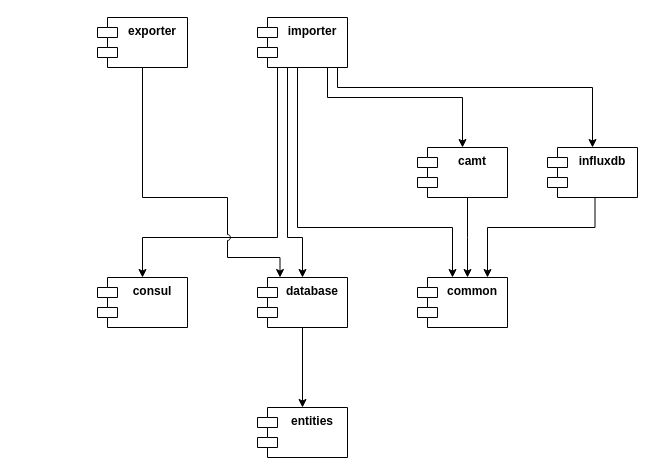
Above: adapter.drawio in Marvin1912/wildfly_domain_adapter (draw.io), before the change. Source tidied: cells renumbered, new cells numbered last; positions are measured from the earlier drawing's top-left corner, leaving out a move shared by most shapes. Both pictures are drawn from the tidied source at 100%, with x=0, y=0 at pixel (97, 17).
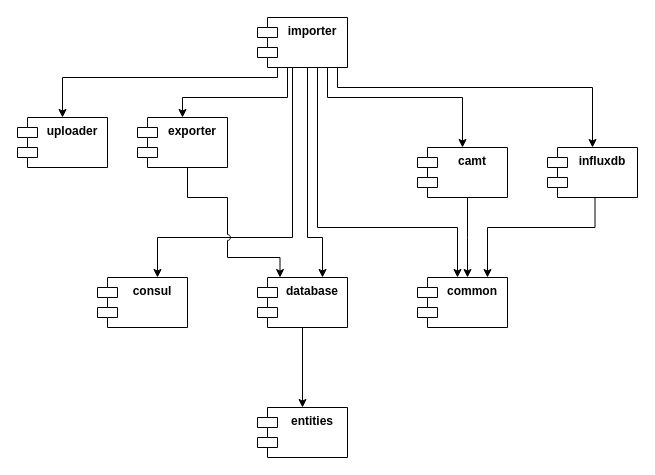
The same page after the edit.

Commit message (it also covers changes not shown here):
Added upload to Google Drive

Unchanged cells that the change refers to:
```xml
<mxCell id="2" value="consul" style="shape=module;align=left;spacingLeft=20;align=center;verticalAlign=top;whiteSpace=wrap;html=1;fontStyle=1;" parent="1" vertex="1">
  <mxGeometry y="260" width="90" height="50" as="geometry" />
</mxCell>
<mxCell id="4" value="database" style="shape=module;align=left;spacingLeft=20;align=center;verticalAlign=top;whiteSpace=wrap;html=1;fontStyle=1;" parent="1" vertex="1">
  <mxGeometry x="160" y="260" width="90" height="50" as="geometry" />
</mxCell>
<mxCell id="16" value="importer" style="shape=module;align=left;spacingLeft=20;align=center;verticalAlign=top;whiteSpace=wrap;html=1;fontStyle=1;" parent="1" vertex="1">
  <mxGeometry x="160" width="90" height="50" as="geometry" />
</mxCell>
```

Change to the diagram source:
```diff
@@
-    <mxCell id="11" style="edgeStyle=orthogonalEdgeStyle;rounded=0;jettySize=auto;html=1;entryX=0.5;entryY=0;entryDx=0;entryDy=0;" parent="1" edge="1" source="16" target="4">
+    <mxCell id="11" style="edgeStyle=orthogonalEdgeStyle;rounded=0;orthogonalLoop=1;jettySize=auto;html=1;entryX=0.5;entryY=0;entryDx=0;entryDy=0;" parent="1" edge="1">
       <mxGeometry relative="1" as="geometry">
+        <mxPoint x="210" y="50" as="sourcePoint" />
+        <mxPoint x="225" y="260" as="targetPoint" />
         <Array as="points">
-          <mxPoint x="190" y="220" />
-          <mxPoint x="205" y="220" />
+          <mxPoint x="210" y="220" />
+          <mxPoint x="225" y="220" />
         </Array>
       </mxGeometry>
     </mxCell>
-    <mxCell id="12" style="edgeStyle=orthogonalEdgeStyle;rounded=0;jettySize=auto;html=1;" parent="1" edge="1" source="16" target="2">
+    <mxCell id="12" style="edgeStyle=orthogonalEdgeStyle;rounded=0;orthogonalLoop=1;jettySize=auto;html=1;" parent="1" edge="1">
       <mxGeometry relative="1" as="geometry">
+        <mxPoint x="195" y="50" as="sourcePoint" />
+        <mxPoint x="60" y="260" as="targetPoint" />
         <Array as="points">
-          <mxPoint x="180" y="220" />
-          <mxPoint x="45" y="220" />
+          <mxPoint x="195" y="220" />
+          <mxPoint x="60" y="220" />
         </Array>
       </mxGeometry>
     </mxCell>
     <mxCell id="13" style="edgeStyle=orthogonalEdgeStyle;rounded=0;orthogonalLoop=1;jettySize=auto;html=1;" parent="1" edge="1">
       <mxGeometry relative="1" as="geometry">
-        <mxPoint x="220" y="50" as="sourcePoint" />
-        <mxPoint x="355" y="260" as="targetPoint" />
+        <mxPoint x="240" y="50" as="sourcePoint" />
+        <mxPoint x="360" y="260" as="targetPoint" />
         <Array as="points">
-          <mxPoint x="200" y="50" />
-          <mxPoint x="200" y="210" />
-          <mxPoint x="355" y="210" />
+          <mxPoint x="220" y="50" />
+          <mxPoint x="220" y="210" />
+          <mxPoint x="360" y="210" />
+          <mxPoint x="360" y="260" />
         </Array>
       </mxGeometry>
     </mxCell>
@@
+    <mxCell id="19" style="edgeStyle=orthogonalEdgeStyle;rounded=0;jettySize=auto;html=1;" parent="1" edge="1" source="16" target="18">
+      <mxGeometry relative="1" as="geometry">
+        <Array as="points">
+          <mxPoint x="190" y="80" />
+          <mxPoint x="85" y="80" />
+        </Array>
+      </mxGeometry>
+    </mxCell>
+    <mxCell id="20" style="edgeStyle=orthogonalEdgeStyle;rounded=0;jettySize=auto;html=1;" parent="1" edge="1" source="16" target="21">
+      <mxGeometry relative="1" as="geometry">
+        <Array as="points">
+          <mxPoint x="180" y="60" />
+          <mxPoint x="-35" y="60" />
+        </Array>
+      </mxGeometry>
+    </mxCell>
@@
     <mxCell id="17" style="edgeStyle=orthogonalEdgeStyle;rounded=0;jettySize=auto;html=1;entryX=0.25;entryY=0;entryDx=0;entryDy=0;jumpStyle=arc;" parent="1" edge="1" source="18" target="4">
       <mxGeometry relative="1" as="geometry">
         <Array as="points">
-          <mxPoint x="45" y="180" />
+          <mxPoint x="90" y="180" />
           <mxPoint x="130" y="180" />
           <mxPoint x="130" y="240" />
           <mxPoint x="183" y="240" />
         </Array>
       </mxGeometry>
     </mxCell>
     <mxCell id="18" value="exporter" style="shape=module;align=left;spacingLeft=20;align=center;verticalAlign=top;whiteSpace=wrap;html=1;fontStyle=1;" parent="1" vertex="1">
-      <mxGeometry width="90" height="50" as="geometry" />
+      <mxGeometry x="40" y="100" width="90" height="50" as="geometry" />
     </mxCell>
+    <mxCell id="21" value="uploader" style="shape=module;align=left;spacingLeft=20;align=center;verticalAlign=top;whiteSpace=wrap;html=1;fontStyle=1;" parent="1" vertex="1">
+      <mxGeometry x="-80" y="100" width="90" height="50" as="geometry" />
+    </mxCell>
```
